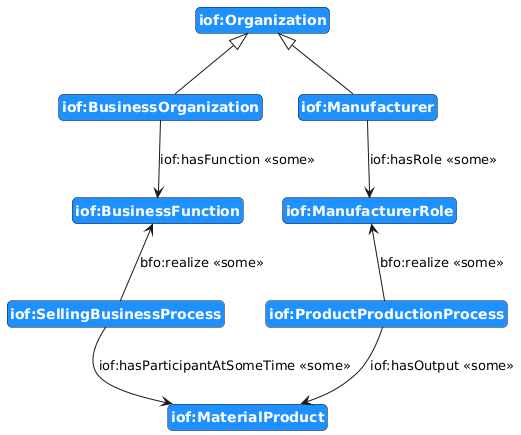
This is scenarios/different-type-organizations/image/different-type-organizations-schema.png from iofoundry/IOF-Core-Pattern-v2, a PlantUML export, as it was before one commit.
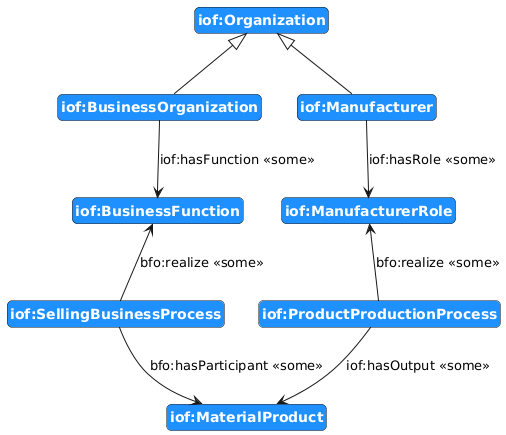
After the commit.

Change to the diagram source:
```diff
@@ -14,7 +14,7 @@
 
 xSome(c2, iof:hasFunction, c3,"",down)
 xSome(c4, bfo:realize, c3,"", up)
-xSome(c4, iof:hasParticipantAtSomeTime, c8,"", down)
+xSome(c4, bfo:hasParticipant, c8,"", down)
 
 xSome(c5, iof:hasRole, c6,"", down)
 xSome(c7, bfo:realize, c6,"", up)
```
